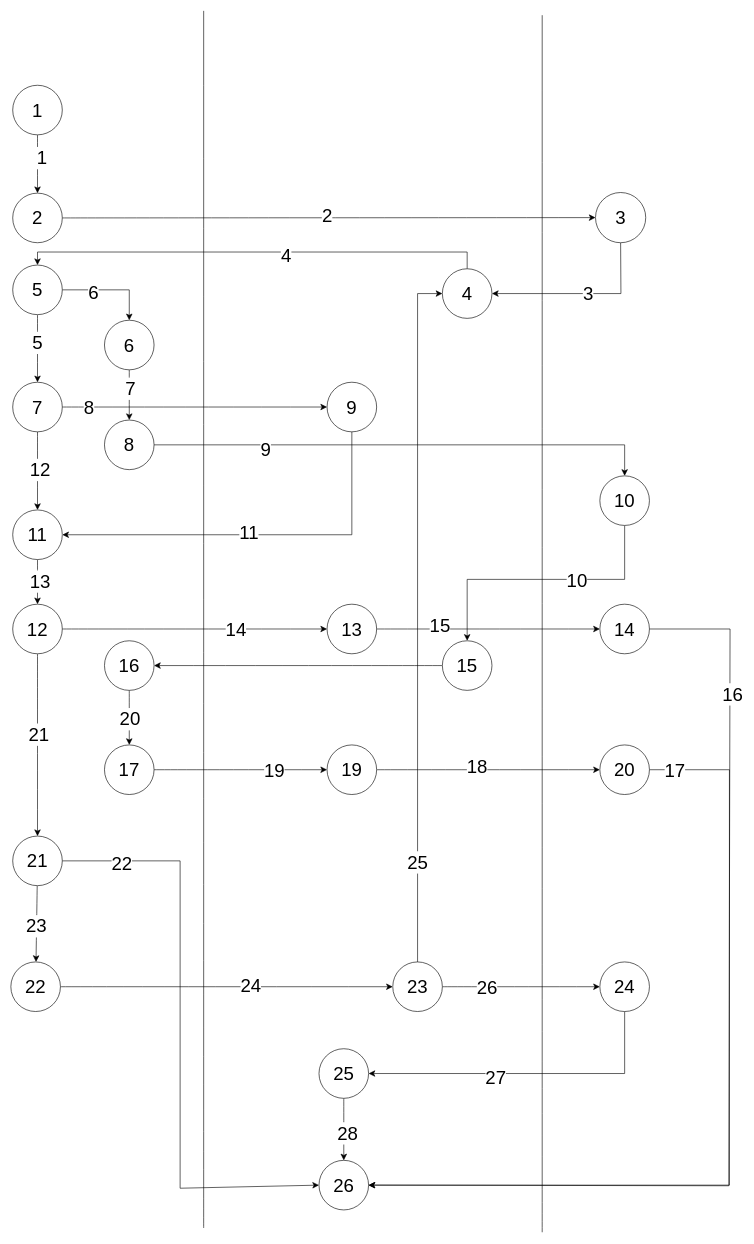
Before: page "Center Point" (3 of 3) of white box.drawio in AmirRazer/DrawIoErd, a draw.io diagram. Source tidied: cells renumbered, new cells numbered last; positions are measured from the earlier drawing's top-left corner, leaving out a move shared by most shapes. Both pictures are drawn from the tidied source at 62%, with x=0, y=0 at pixel (11, 11).
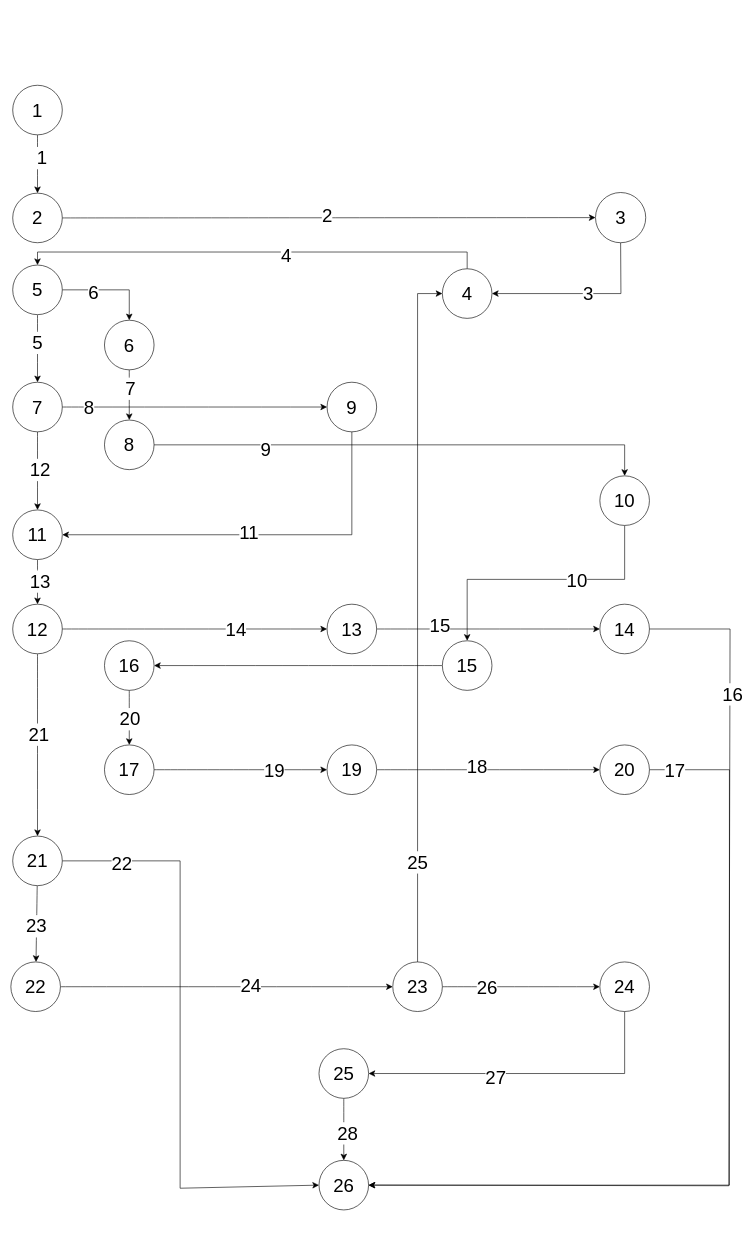
The same page after the edit.

Change to the diagram source:
```diff
@@
-    <mxCell id="84" style="endArrow=none;html=1;rounded=0;fontSize=30;startSize=8;endSize=8;curved=1;" parent="1" edge="1">
-      <mxGeometry relative="1" as="geometry">
-        <mxPoint x="311" y="1963" as="sourcePoint" />
-        <mxPoint x="311" as="targetPoint" />
-      </mxGeometry>
-    </mxCell>
-    <mxCell id="85" style="endArrow=none;html=1;rounded=0;fontSize=30;startSize=8;endSize=8;curved=1;" parent="1" edge="1">
-      <mxGeometry relative="1" as="geometry">
-        <mxPoint x="857" y="1970" as="sourcePoint" />
-        <mxPoint x="857" y="7" as="targetPoint" />
-      </mxGeometry>
-    </mxCell>
```
